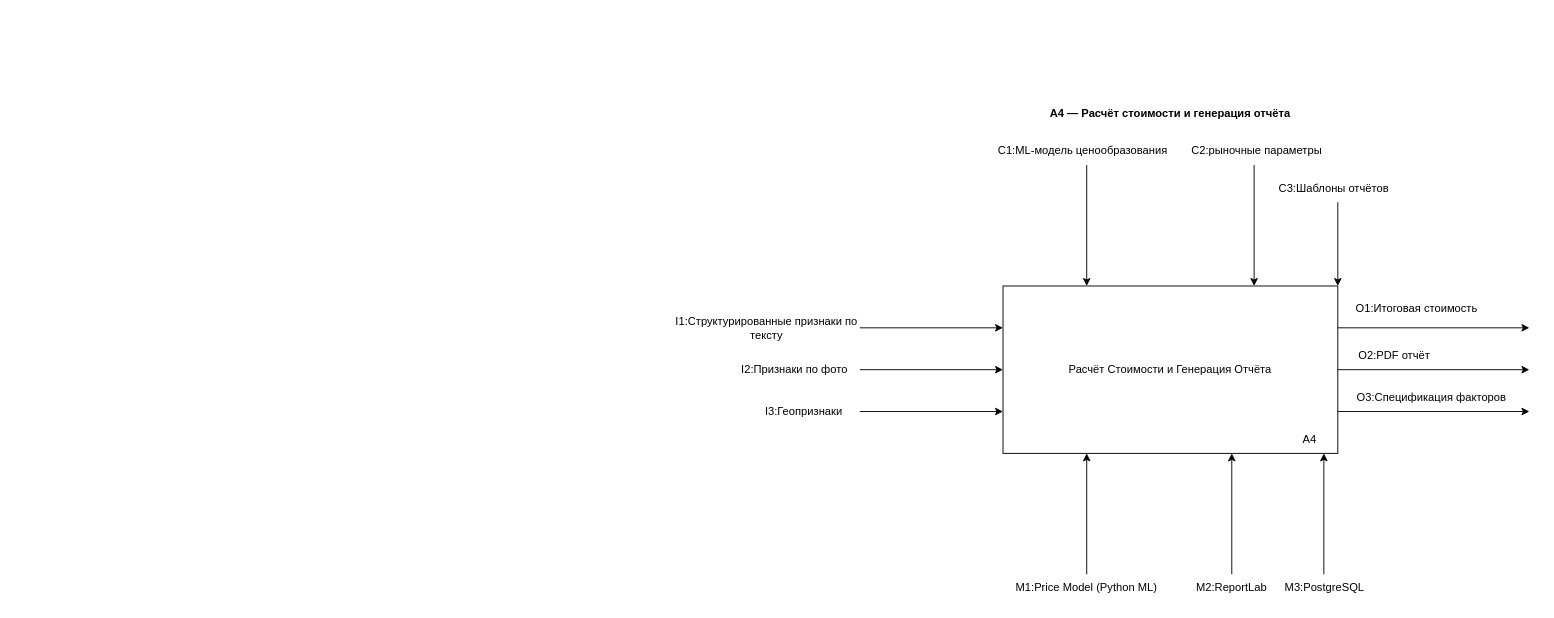
The draw.io diagram src/diagrams/IDEF0/IDEF0_F4.drawio in HeadMaxResh/system-engineering-playbook, before the edit. Source tidied: cells renumbered, new cells numbered last; positions are measured from the earlier drawing's top-left corner, leaving out a move shared by most shapes. Both pictures are drawn from the tidied source at 93%, with x=0, y=0 at pixel (673, 100).
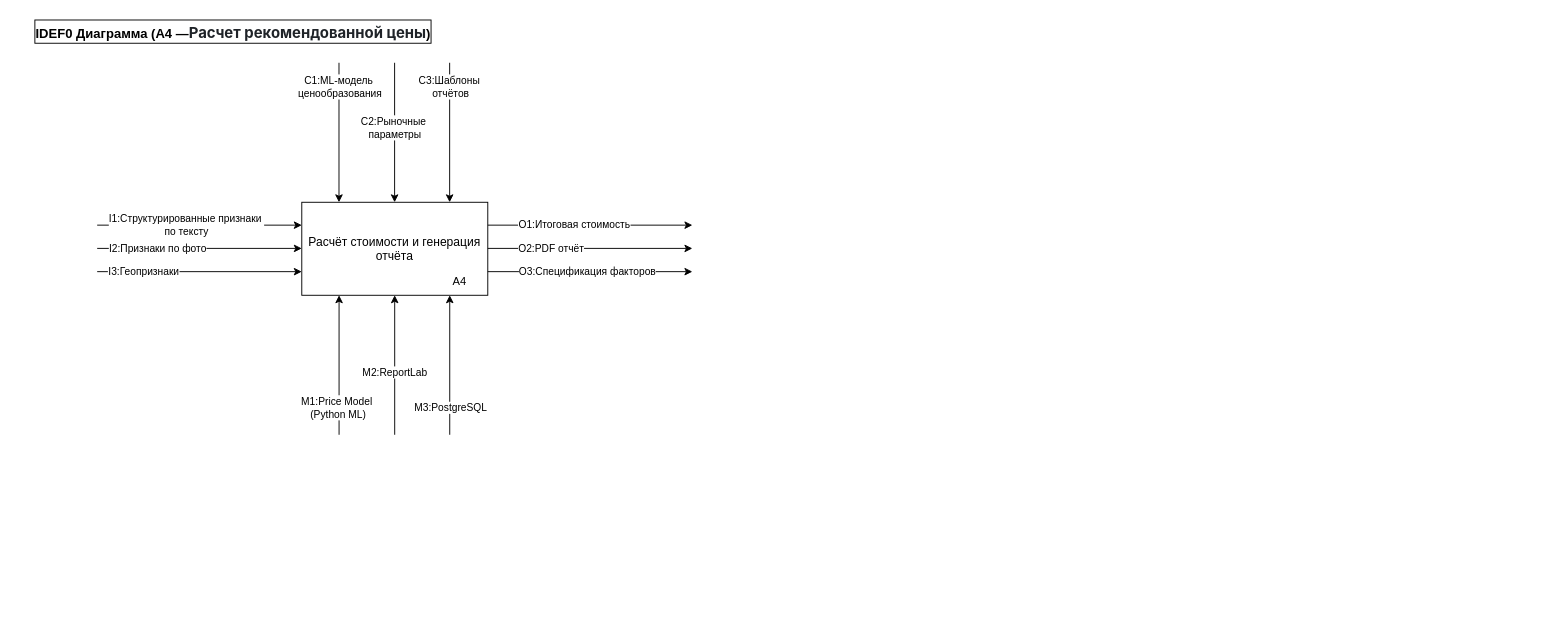
The same page after the edit.

Diff of the diagram source:
```diff
@@
-    <mxCell id="2" value="&lt;b&gt;A4 — Расчёт стоимости и генерация отчёта&lt;/b&gt;" style="text;html=1;whiteSpace=wrap;strokeColor=none;fillColor=none;align=center;verticalAlign=middle;rounded=0;" parent="1" vertex="1">
-      <mxGeometry x="399" width="270" height="30" as="geometry" />
-    </mxCell>
-    <mxCell id="3" value="Расчёт Стоимости и Генерация Отчёта" style="rounded=0;whiteSpace=wrap;html=1;" parent="1" vertex="1">
-      <mxGeometry x="354" y="200" width="360" height="180" as="geometry" />
-    </mxCell>
-    <mxCell id="4" value="A4" style="text;html=1;whiteSpace=wrap;strokeColor=none;fillColor=none;align=center;verticalAlign=middle;rounded=0;" parent="1" vertex="1">
-      <mxGeometry x="654" y="350" width="60" height="30" as="geometry" />
-    </mxCell>
-    <mxCell id="5" style="endArrow=classic;html=1;rounded=0;entryX=0;entryY=0.5;entryDx=0;entryDy=0;" parent="1" edge="1" target="3">
-      <mxGeometry relative="1" as="geometry">
-        <mxPoint x="200" y="290" as="sourcePoint" />
-      </mxGeometry>
-    </mxCell>
+    <mxCell id="29" value="&lt;font style=&quot;font-size: 13px;&quot;&gt;Расчёт стоимости и генерация отчёта&lt;/font&gt;" style="rounded=0;whiteSpace=wrap;html=1;" parent="1" vertex="1">
+      <mxGeometry x="-400" y="110" width="200" height="100" as="geometry" />
+    </mxCell>
+    <mxCell id="30" value="А4" style="text;html=1;strokeColor=none;fillColor=none;align=center;verticalAlign=middle;whiteSpace=wrap;rounded=0;" parent="1" vertex="1">
+      <mxGeometry x="-260" y="180" width="60" height="30" as="geometry" />
+    </mxCell>
+    <mxCell id="31" value="&lt;font style=&quot;font-size: 14px;&quot;&gt;IDEF0 Диаграмма (A4 —&lt;span style=&quot;box-sizing: border-box; color: rgb(31, 35, 40); font-family: -apple-system, BlinkMacSystemFont, &amp;quot;Segoe UI&amp;quot;, &amp;quot;Noto Sans&amp;quot;, Helvetica, Arial, sans-serif, &amp;quot;Apple Color Emoji&amp;quot;, &amp;quot;Segoe UI Emoji&amp;quot;; font-size: 16px; text-align: start; background-color: rgb(255, 255, 255);&quot;&gt;Расчет рекомендованной цены&lt;/span&gt;)&lt;/font&gt;" style="text;html=1;strokeColor=none;fillColor=none;align=center;verticalAlign=middle;whiteSpace=wrap;rounded=0;fontSize=20;fontStyle=1;labelBackgroundColor=none;labelBorderColor=default;spacingTop=1;" parent="1" vertex="1">
+      <mxGeometry x="-707" y="-90" width="467" height="30" as="geometry" />
+    </mxCell>
+    <mxCell id="32" style="edgeStyle=orthogonalEdgeStyle;rounded=0;orthogonalLoop=1;jettySize=auto;html=1;entryX=0;entryY=0.25;entryDx=0;entryDy=0;" parent="1" edge="1">
+      <mxGeometry relative="1" as="geometry">
+        <mxPoint x="-620" y="134.6" as="sourcePoint" />
+        <mxPoint x="-400" y="134.6" as="targetPoint" />
+      </mxGeometry>
+    </mxCell>
+    <mxCell id="8" value="I1:Структурированные признаки&amp;nbsp;&lt;div&gt;по тексту&lt;/div&gt;" style="edgeLabel;html=1;align=center;verticalAlign=middle;fontSize=11;fontFamily=Helvetica;fontColor=default;" parent="32" vertex="1">
+      <mxGeometry x="-0.02" y="-1" relative="1" as="geometry">
+        <mxPoint x="-13" y="-1" as="offset" />
+      </mxGeometry>
+    </mxCell>
+    <mxCell id="33" style="edgeStyle=none;shape=connector;rounded=0;orthogonalLoop=1;jettySize=auto;html=1;exitX=0;exitY=0.75;exitDx=0;exitDy=0;labelBackgroundColor=default;strokeColor=default;align=center;verticalAlign=middle;fontFamily=Helvetica;fontSize=11;fontColor=default;endArrow=none;startArrow=classic;startFill=1;endFill=0;" parent="1" edge="1">
+      <mxGeometry relative="1" as="geometry">
+        <mxPoint x="-400" y="184.6" as="sourcePoint" />
+        <mxPoint x="-620" y="184.6" as="targetPoint" />
+      </mxGeometry>
+    </mxCell>
+    <mxCell id="10" value="I3:Геопризнаки" style="edgeLabel;html=1;align=center;verticalAlign=middle;fontSize=11;fontFamily=Helvetica;fontColor=default;" parent="33" vertex="1">
+      <mxGeometry x="0.29" y="2" relative="1" as="geometry">
+        <mxPoint x="-29" y="-2" as="offset" />
+      </mxGeometry>
+    </mxCell>
+    <mxCell id="34" style="edgeStyle=none;shape=connector;rounded=0;orthogonalLoop=1;jettySize=auto;html=1;exitX=0;exitY=0.75;exitDx=0;exitDy=0;labelBackgroundColor=default;strokeColor=default;align=center;verticalAlign=middle;fontFamily=Helvetica;fontSize=11;fontColor=default;endArrow=none;startArrow=classic;startFill=1;endFill=0;" parent="1" edge="1">
+      <mxGeometry relative="1" as="geometry">
+        <mxPoint x="-400" y="159.6" as="sourcePoint" />
+        <mxPoint x="-620" y="159.6" as="targetPoint" />
+      </mxGeometry>
+    </mxCell>
-    <mxCell id="6" value="I2:Признаки по фото" style="text;html=1;whiteSpace=wrap;strokeColor=none;fillColor=none;align=center;verticalAlign=middle;rounded=0;" parent="1" vertex="1">
-      <mxGeometry x="40" y="275" width="180" height="30" as="geometry" />
+    <mxCell id="6" value="I2:Признаки по фото" style="edgeLabel;html=1;align=center;verticalAlign=middle;fontSize=11;fontFamily=Helvetica;fontColor=default;" parent="34" vertex="1">
+      <mxGeometry x="0.29" y="2" relative="1" as="geometry">
+        <mxPoint x="-14" y="-2" as="offset" />
+      </mxGeometry>
     </mxCell>
-    <mxCell id="7" style="endArrow=classic;html=1;rounded=0;entryX=0;entryY=0.25;entryDx=0;entryDy=0;" parent="1" edge="1" target="3">
-      <mxGeometry relative="1" as="geometry">
-        <mxPoint x="200" y="245" as="sourcePoint" />
-      </mxGeometry>
-    </mxCell>
-    <mxCell id="8" value="I1:Структурированные признаки по тексту" style="text;html=1;whiteSpace=wrap;strokeColor=none;fillColor=none;align=center;verticalAlign=middle;rounded=0;" parent="1" vertex="1">
-      <mxGeometry y="230" width="200" height="30" as="geometry" />
-    </mxCell>
-    <mxCell id="9" style="endArrow=classic;html=1;rounded=0;entryX=0;entryY=0.75;entryDx=0;entryDy=0;" parent="1" edge="1" target="3">
-      <mxGeometry relative="1" as="geometry">
-        <mxPoint x="200" y="335" as="sourcePoint" />
-      </mxGeometry>
-    </mxCell>
-    <mxCell id="10" value="I3:Геопризнаки" style="text;html=1;whiteSpace=wrap;strokeColor=none;fillColor=none;align=center;verticalAlign=middle;rounded=0;" parent="1" vertex="1">
-      <mxGeometry x="90" y="320" width="100" height="30" as="geometry" />
-    </mxCell>
-    <mxCell id="11" style="endArrow=classic;html=1;rounded=0;entryX=0.25;entryY=0;entryDx=0;entryDy=0;" parent="1" edge="1" target="3">
-      <mxGeometry relative="1" as="geometry">
-        <mxPoint x="444" y="70" as="sourcePoint" />
-      </mxGeometry>
-    </mxCell>
+    <mxCell id="35" style="edgeStyle=orthogonalEdgeStyle;rounded=0;orthogonalLoop=1;jettySize=auto;html=1;entryX=0;entryY=0.25;entryDx=0;entryDy=0;" parent="1" edge="1">
+      <mxGeometry relative="1" as="geometry">
+        <mxPoint x="-200" y="134.6" as="sourcePoint" />
+        <mxPoint x="20" y="134.6" as="targetPoint" />
+      </mxGeometry>
+    </mxCell>
+    <mxCell id="16" value="O1:Итоговая стоимость" style="edgeLabel;html=1;align=center;verticalAlign=middle;fontSize=11;fontFamily=Helvetica;fontColor=default;" parent="35" vertex="1">
+      <mxGeometry x="-0.02" y="-1" relative="1" as="geometry">
+        <mxPoint x="-16" y="-2" as="offset" />
+      </mxGeometry>
+    </mxCell>
+    <mxCell id="36" style="edgeStyle=none;shape=connector;rounded=0;orthogonalLoop=1;jettySize=auto;html=1;exitX=0;exitY=0.75;exitDx=0;exitDy=0;labelBackgroundColor=default;strokeColor=default;align=center;verticalAlign=middle;fontFamily=Helvetica;fontSize=11;fontColor=default;endArrow=none;startArrow=classic;startFill=1;endFill=0;" parent="1" edge="1">
+      <mxGeometry relative="1" as="geometry">
+        <mxPoint x="20" y="184.6" as="sourcePoint" />
+        <mxPoint x="-200" y="184.6" as="targetPoint" />
+      </mxGeometry>
+    </mxCell>
+    <mxCell id="20" value="O3:Cпецификация факторов" style="edgeLabel;html=1;align=center;verticalAlign=middle;fontSize=11;fontFamily=Helvetica;fontColor=default;" parent="36" vertex="1">
+      <mxGeometry x="0.29" y="2" relative="1" as="geometry">
+        <mxPoint x="28" y="-2" as="offset" />
+      </mxGeometry>
+    </mxCell>
+    <mxCell id="37" style="edgeStyle=none;shape=connector;rounded=0;orthogonalLoop=1;jettySize=auto;html=1;exitX=0;exitY=0.75;exitDx=0;exitDy=0;labelBackgroundColor=default;strokeColor=default;align=center;verticalAlign=middle;fontFamily=Helvetica;fontSize=11;fontColor=default;endArrow=none;startArrow=classic;startFill=1;endFill=0;" parent="1" edge="1">
+      <mxGeometry relative="1" as="geometry">
+        <mxPoint x="20" y="159.6" as="sourcePoint" />
+        <mxPoint x="-200" y="159.6" as="targetPoint" />
+      </mxGeometry>
+    </mxCell>
+    <mxCell id="18" value="O2:PDF отчёт" style="edgeLabel;html=1;align=center;verticalAlign=middle;fontSize=11;fontFamily=Helvetica;fontColor=default;" parent="37" vertex="1">
+      <mxGeometry x="0.29" y="2" relative="1" as="geometry">
+        <mxPoint x="-11" y="-2" as="offset" />
+      </mxGeometry>
+    </mxCell>
+    <mxCell id="38" style="endArrow=classic;html=1;rounded=0;entryX=0.5;entryY=0;entryDx=0;entryDy=0;" parent="1" edge="1">
+      <mxGeometry relative="1" as="geometry">
+        <mxPoint x="-360" y="-40" as="sourcePoint" />
+        <mxPoint x="-360" y="110" as="targetPoint" />
+      </mxGeometry>
+    </mxCell>
-    <mxCell id="12" value="C1:ML-модель ценообразования" style="text;html=1;whiteSpace=wrap;strokeColor=none;fillColor=none;align=center;verticalAlign=middle;rounded=0;" parent="1" vertex="1">
-      <mxGeometry x="310" y="40" width="260" height="30" as="geometry" />
+    <mxCell id="12" value="C1:ML-модель&amp;nbsp;&lt;div&gt;ценообразования&lt;/div&gt;" style="edgeLabel;html=1;align=center;verticalAlign=middle;fontSize=11;" parent="38" vertex="1">
+      <mxGeometry x="-0.22" y="-1" relative="1" as="geometry">
+        <mxPoint x="1" y="-34" as="offset" />
+      </mxGeometry>
     </mxCell>
-    <mxCell id="13" style="endArrow=classic;html=1;rounded=0;entryX=0.75;entryY=0;entryDx=0;entryDy=0;" parent="1" edge="1" target="3">
-      <mxGeometry relative="1" as="geometry">
-        <mxPoint x="624" y="70" as="sourcePoint" />
-      </mxGeometry>
-    </mxCell>
-    <mxCell id="14" value="C2:рыночные параметры" style="text;html=1;whiteSpace=wrap;strokeColor=none;fillColor=none;align=center;verticalAlign=middle;rounded=0;" parent="1" vertex="1">
-      <mxGeometry x="540" y="40" width="174" height="30" as="geometry" />
-    </mxCell>
-    <mxCell id="15" style="endArrow=classic;html=1;rounded=0;exitX=1;exitY=0.25;exitDx=0;exitDy=0;" parent="1" edge="1" source="3">
-      <mxGeometry relative="1" as="geometry">
-        <mxPoint x="920" y="245" as="targetPoint" />
-      </mxGeometry>
-    </mxCell>
-    <mxCell id="16" value="O1:Итоговая стоимость" style="text;html=1;whiteSpace=wrap;strokeColor=none;fillColor=none;align=center;verticalAlign=middle;rounded=0;" parent="1" vertex="1">
-      <mxGeometry x="714" y="210" width="170" height="30" as="geometry" />
-    </mxCell>
-    <mxCell id="17" style="endArrow=classic;html=1;rounded=0;exitX=1;exitY=0.5;exitDx=0;exitDy=0;" parent="1" edge="1" source="3">
-      <mxGeometry relative="1" as="geometry">
-        <mxPoint x="920" y="290" as="targetPoint" />
-      </mxGeometry>
-    </mxCell>
-    <mxCell id="18" value="O2:PDF отчёт" style="text;html=1;whiteSpace=wrap;strokeColor=none;fillColor=none;align=center;verticalAlign=middle;rounded=0;" parent="1" vertex="1">
-      <mxGeometry x="720" y="260" width="110" height="30" as="geometry" />
-    </mxCell>
-    <mxCell id="19" style="endArrow=classic;html=1;rounded=0;exitX=1;exitY=0.75;exitDx=0;exitDy=0;" parent="1" edge="1" source="3">
-      <mxGeometry relative="1" as="geometry">
-        <mxPoint x="920" y="335" as="targetPoint" />
-      </mxGeometry>
-    </mxCell>
-    <mxCell id="20" value="O3:Cпецификация факторов" style="text;html=1;whiteSpace=wrap;strokeColor=none;fillColor=none;align=center;verticalAlign=middle;rounded=0;" parent="1" vertex="1">
-      <mxGeometry x="700" y="305" width="230" height="30" as="geometry" />
-    </mxCell>
-    <mxCell id="21" style="endArrow=classic;html=1;rounded=0;entryX=0.25;entryY=1;entryDx=0;entryDy=0;" parent="1" edge="1" target="3">
-      <mxGeometry relative="1" as="geometry">
-        <mxPoint x="444" y="510" as="sourcePoint" />
-      </mxGeometry>
-    </mxCell>
+    <mxCell id="39" style="endArrow=classic;html=1;rounded=0;entryX=0.5;entryY=0;entryDx=0;entryDy=0;" parent="1" edge="1">
+      <mxGeometry relative="1" as="geometry">
+        <mxPoint x="-241" y="-40" as="sourcePoint" />
+        <mxPoint x="-241" y="110" as="targetPoint" />
+      </mxGeometry>
+    </mxCell>
+    <mxCell id="28" value="C3:Шаблоны&amp;nbsp;&lt;div&gt;отчётов&lt;/div&gt;" style="edgeLabel;html=1;align=center;verticalAlign=middle;fontSize=11;" parent="39" vertex="1">
+      <mxGeometry x="-0.22" y="-1" relative="1" as="geometry">
+        <mxPoint x="1" y="-34" as="offset" />
+      </mxGeometry>
+    </mxCell>
+    <mxCell id="40" style="endArrow=classic;html=1;rounded=0;entryX=0.5;entryY=0;entryDx=0;entryDy=0;" parent="1" edge="1">
+      <mxGeometry relative="1" as="geometry">
+        <mxPoint x="-300.2" y="-40" as="sourcePoint" />
+        <mxPoint x="-300.2" y="110" as="targetPoint" />
+      </mxGeometry>
+    </mxCell>
+    <mxCell id="41" value="C2:Рыночные&amp;nbsp;&lt;div&gt;параметры&lt;/div&gt;" style="edgeLabel;html=1;align=center;verticalAlign=middle;fontSize=11;" parent="40" vertex="1">
+      <mxGeometry x="-0.22" y="-1" relative="1" as="geometry">
+        <mxPoint x="1" y="10" as="offset" />
+      </mxGeometry>
+    </mxCell>
+    <mxCell id="42" style="endArrow=none;html=1;rounded=0;entryX=0.5;entryY=0;entryDx=0;entryDy=0;startArrow=classic;startFill=1;endFill=0;" parent="1" edge="1">
+      <mxGeometry relative="1" as="geometry">
+        <mxPoint x="-359.9" y="210" as="sourcePoint" />
+        <mxPoint x="-359.9" y="360" as="targetPoint" />
+      </mxGeometry>
+    </mxCell>
-    <mxCell id="22" value="M1:Price Model (Python ML)" style="text;html=1;whiteSpace=wrap;strokeColor=none;fillColor=none;align=center;verticalAlign=middle;rounded=0;" parent="1" vertex="1">
-      <mxGeometry x="354" y="510" width="180" height="30" as="geometry" />
+    <mxCell id="22" value="M1:Price Model&amp;nbsp;&lt;div&gt;(Python ML)&lt;/div&gt;" style="edgeLabel;html=1;align=center;verticalAlign=middle;fontSize=11;" parent="42" vertex="1">
+      <mxGeometry x="-0.22" y="-1" relative="1" as="geometry">
+        <mxPoint x="-1" y="61" as="offset" />
+      </mxGeometry>
     </mxCell>
-    <mxCell id="23" style="endArrow=classic;html=1;rounded=0;" parent="1" edge="1">
-      <mxGeometry relative="1" as="geometry">
-        <mxPoint x="600" y="510" as="sourcePoint" />
-        <mxPoint x="600" y="380" as="targetPoint" />
-      </mxGeometry>
-    </mxCell>
+    <mxCell id="43" style="endArrow=none;html=1;rounded=0;entryX=0.5;entryY=0;entryDx=0;entryDy=0;startArrow=classic;startFill=1;endFill=0;" parent="1" edge="1">
+      <mxGeometry relative="1" as="geometry">
+        <mxPoint x="-240.9" y="210" as="sourcePoint" />
+        <mxPoint x="-240.9" y="360" as="targetPoint" />
+      </mxGeometry>
+    </mxCell>
+    <mxCell id="26" value="M3:PostgreSQL" style="edgeLabel;html=1;align=center;verticalAlign=middle;fontSize=11;" parent="43" vertex="1">
+      <mxGeometry x="-0.22" y="-1" relative="1" as="geometry">
+        <mxPoint x="1" y="61" as="offset" />
+      </mxGeometry>
+    </mxCell>
+    <mxCell id="44" style="endArrow=none;html=1;rounded=0;entryX=0.5;entryY=0;entryDx=0;entryDy=0;startArrow=classic;startFill=1;endFill=0;" parent="1" edge="1">
+      <mxGeometry relative="1" as="geometry">
+        <mxPoint x="-300.1" y="210" as="sourcePoint" />
+        <mxPoint x="-300.1" y="360" as="targetPoint" />
+      </mxGeometry>
+    </mxCell>
-    <mxCell id="24" value="M2:ReportLab" style="text;html=1;whiteSpace=wrap;strokeColor=none;fillColor=none;align=center;verticalAlign=middle;rounded=0;" parent="1" vertex="1">
-      <mxGeometry x="570" y="510" width="60" height="30" as="geometry" />
+    <mxCell id="24" value="M2:ReportLab" style="edgeLabel;html=1;align=center;verticalAlign=middle;fontSize=11;" parent="44" vertex="1">
+      <mxGeometry x="-0.22" y="-1" relative="1" as="geometry">
+        <mxPoint x="1" y="23" as="offset" />
+      </mxGeometry>
     </mxCell>
-    <mxCell id="25" style="endArrow=classic;html=1;rounded=0;entryX=0.75;entryY=1;entryDx=0;entryDy=0;" parent="1" edge="1" target="4">
-      <mxGeometry relative="1" as="geometry">
-        <mxPoint x="699" y="510" as="sourcePoint" />
-      </mxGeometry>
-    </mxCell>
-    <mxCell id="26" value="M3:PostgreSQL" style="text;html=1;whiteSpace=wrap;strokeColor=none;fillColor=none;align=center;verticalAlign=middle;rounded=0;" parent="1" vertex="1">
-      <mxGeometry x="670" y="510" width="60" height="30" as="geometry" />
-    </mxCell>
-    <mxCell id="27" style="endArrow=classic;html=1;rounded=0;entryX=1;entryY=0;entryDx=0;entryDy=0;" parent="1" edge="1" target="3">
-      <mxGeometry relative="1" as="geometry">
-        <mxPoint x="714" y="110" as="sourcePoint" />
-      </mxGeometry>
-    </mxCell>
-    <mxCell id="28" value="C3:Шаблоны отчётов" style="text;html=1;whiteSpace=wrap;strokeColor=none;fillColor=none;align=center;verticalAlign=middle;rounded=0;" parent="1" vertex="1">
-      <mxGeometry x="630" y="80" width="160" height="30" as="geometry" />
-    </mxCell>
```
